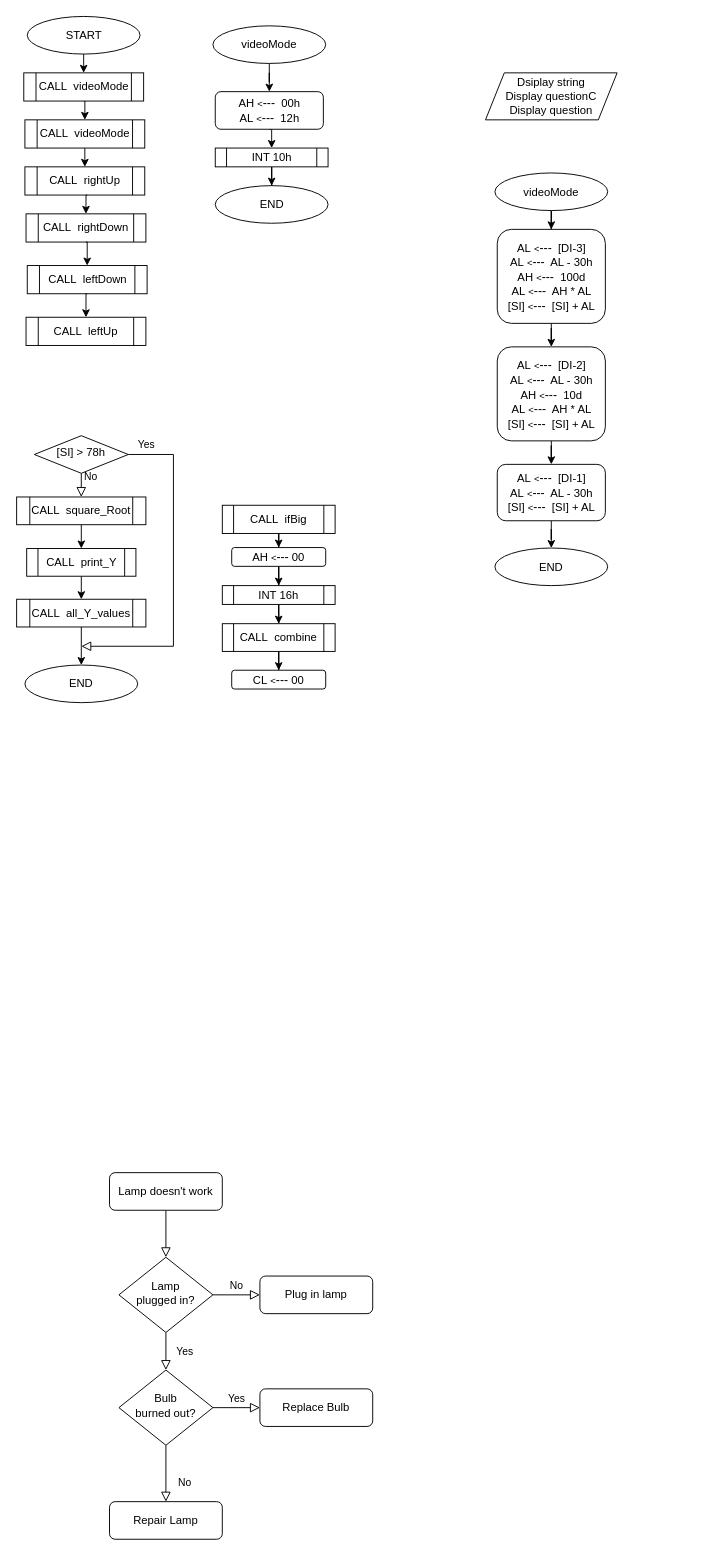
Earlier version of the draw.io diagram micro_mt2_2.drawio (mmuurraatt/My-Projects-On-Github). Source tidied: cells renumbered, new cells numbered last; positions are measured from the earlier drawing's top-left corner, leaving out a move shared by most shapes. Both pictures are drawn from the tidied source at 94%, with x=0, y=0 at pixel (16, 16).
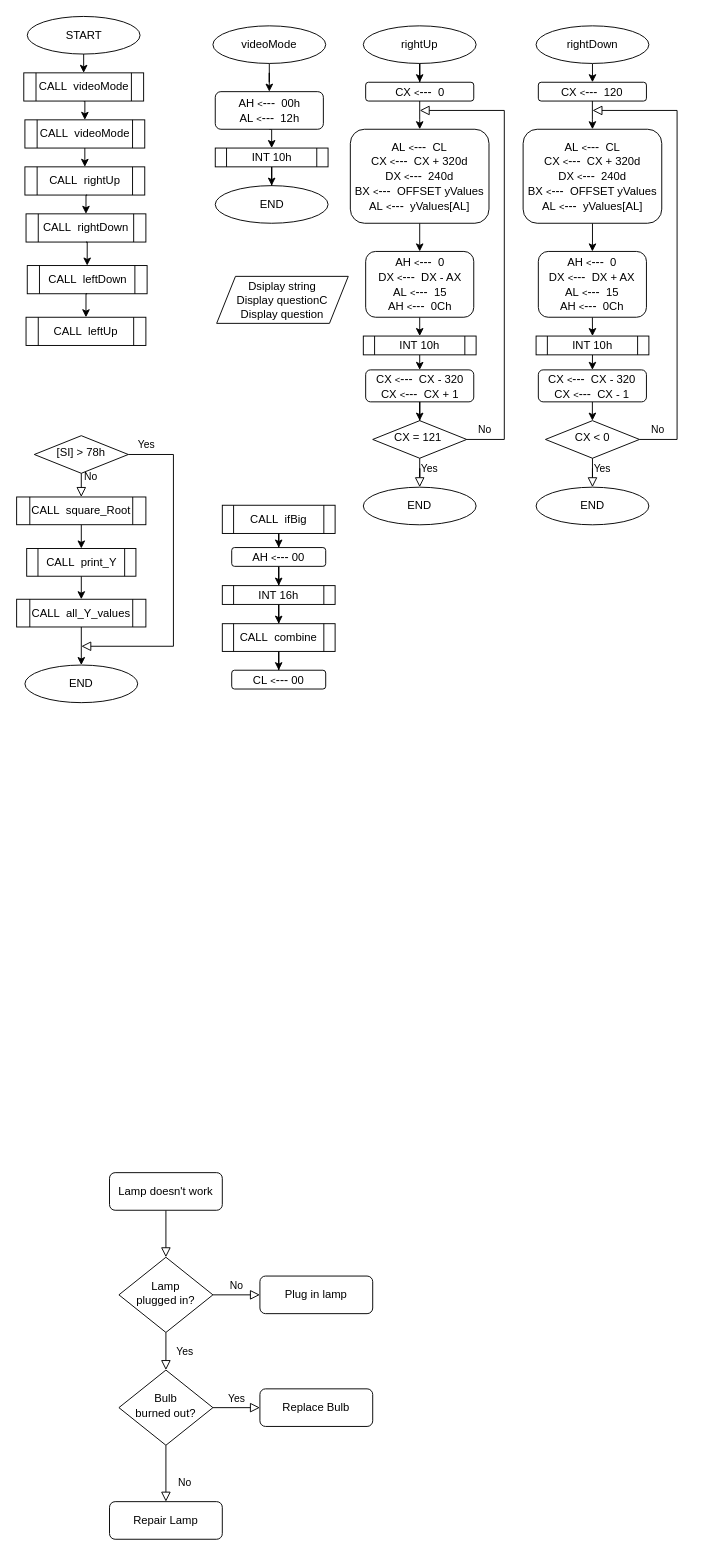
After the change.

Diff of the diagram source:
```diff
@@
     <mxCell id="15" value="Dsiplay string&lt;br&gt;Display questionC&lt;br&gt;Display question" style="shape=parallelogram;perimeter=parallelogramPerimeter;whiteSpace=wrap;html=1;fixedSize=1;" parent="1" vertex="1">
-      <mxGeometry x="499" y="60" width="140" height="50" as="geometry" />
+      <mxGeometry x="213" y="276.5" width="140" height="50" as="geometry" />
     </mxCell>
@@
-    <mxCell id="52" value="videoMode" style="ellipse;whiteSpace=wrap;html=1;" parent="1" vertex="1">
-      <mxGeometry x="509" y="166.5" width="120" height="40" as="geometry" />
+    <mxCell id="52" value="rightUp" style="ellipse;whiteSpace=wrap;html=1;" parent="1" vertex="1">
+      <mxGeometry x="369" y="10" width="120" height="40" as="geometry" />
     </mxCell>
@@
-    <mxCell id="54" value="AL&amp;nbsp;&lt;font style=&quot;font-size: 10px&quot;&gt;&amp;lt;&lt;/font&gt;&lt;font style=&quot;font-size: 13px&quot;&gt;---&lt;/font&gt;&amp;nbsp; [DI-3]&lt;br&gt;AL&amp;nbsp;&lt;font style=&quot;font-size: 10px&quot;&gt;&amp;lt;&lt;/font&gt;&lt;font style=&quot;font-size: 13px&quot;&gt;---&lt;/font&gt;&amp;nbsp; AL - 30h&lt;br&gt;AH&amp;nbsp;&lt;font style=&quot;font-size: 10px&quot;&gt;&amp;lt;&lt;/font&gt;&lt;font style=&quot;font-size: 13px&quot;&gt;---&lt;/font&gt;&amp;nbsp; 100d&lt;br&gt;AL&amp;nbsp;&lt;font style=&quot;font-size: 10px&quot;&gt;&amp;lt;&lt;/font&gt;&lt;font style=&quot;font-size: 13px&quot;&gt;---&lt;/font&gt;&amp;nbsp; AH * AL&lt;br&gt;[SI]&amp;nbsp;&lt;font style=&quot;font-size: 10px&quot;&gt;&amp;lt;&lt;/font&gt;&lt;font style=&quot;font-size: 13px&quot;&gt;---&lt;/font&gt;&amp;nbsp; [SI] + AL" style="rounded=1;whiteSpace=wrap;html=1;fontSize=12;glass=0;strokeWidth=1;shadow=0;" parent="1" vertex="1">
-      <mxGeometry x="511.5" y="226.5" width="115" height="100" as="geometry" />
+    <mxCell id="54" value="CX&amp;nbsp;&lt;font style=&quot;font-size: 10px&quot;&gt;&amp;lt;&lt;/font&gt;&lt;font style=&quot;font-size: 13px&quot;&gt;---&lt;/font&gt;&amp;nbsp; 0" style="rounded=1;whiteSpace=wrap;html=1;fontSize=12;glass=0;strokeWidth=1;shadow=0;" parent="1" vertex="1">
+      <mxGeometry x="371.5" y="70" width="115" height="20" as="geometry" />
     </mxCell>
@@
-    <mxCell id="56" value="AL&amp;nbsp;&lt;font style=&quot;font-size: 10px&quot;&gt;&amp;lt;&lt;/font&gt;&lt;font style=&quot;font-size: 13px&quot;&gt;---&lt;/font&gt;&amp;nbsp; [DI-2]&lt;br&gt;AL&amp;nbsp;&lt;font style=&quot;font-size: 10px&quot;&gt;&amp;lt;&lt;/font&gt;&lt;font style=&quot;font-size: 13px&quot;&gt;---&lt;/font&gt;&amp;nbsp; AL - 30h&lt;br&gt;AH&amp;nbsp;&lt;font style=&quot;font-size: 10px&quot;&gt;&amp;lt;&lt;/font&gt;&lt;font style=&quot;font-size: 13px&quot;&gt;---&lt;/font&gt;&amp;nbsp; 10d&lt;br&gt;AL&amp;nbsp;&lt;font style=&quot;font-size: 10px&quot;&gt;&amp;lt;&lt;/font&gt;&lt;font style=&quot;font-size: 13px&quot;&gt;---&lt;/font&gt;&amp;nbsp; AH * AL&lt;br&gt;[SI]&amp;nbsp;&lt;font style=&quot;font-size: 10px&quot;&gt;&amp;lt;&lt;/font&gt;&lt;font style=&quot;font-size: 13px&quot;&gt;---&lt;/font&gt;&amp;nbsp; [SI] + AL" style="rounded=1;whiteSpace=wrap;html=1;fontSize=12;glass=0;strokeWidth=1;shadow=0;" parent="1" vertex="1">
-      <mxGeometry x="511.5" y="351.5" width="115" height="100" as="geometry" />
+    <mxCell id="56" value="AL&amp;nbsp;&lt;font style=&quot;font-size: 10px&quot;&gt;&amp;lt;&lt;/font&gt;&lt;font style=&quot;font-size: 13px&quot;&gt;---&lt;/font&gt;&amp;nbsp; CL&lt;br&gt;CX&amp;nbsp;&lt;font style=&quot;font-size: 10px&quot;&gt;&amp;lt;&lt;/font&gt;&lt;font style=&quot;font-size: 13px&quot;&gt;---&lt;/font&gt;&amp;nbsp; CX + 320d&lt;br&gt;DX&amp;nbsp;&lt;font style=&quot;font-size: 10px&quot;&gt;&amp;lt;&lt;/font&gt;&lt;font style=&quot;font-size: 13px&quot;&gt;---&lt;/font&gt;&amp;nbsp; 240d&lt;br&gt;BX&amp;nbsp;&lt;font style=&quot;font-size: 10px&quot;&gt;&amp;lt;&lt;/font&gt;&lt;font style=&quot;font-size: 13px&quot;&gt;---&lt;/font&gt;&amp;nbsp; OFFSET yValues&lt;br&gt;AL&amp;nbsp;&lt;font style=&quot;font-size: 10px&quot;&gt;&amp;lt;&lt;/font&gt;&lt;font style=&quot;font-size: 13px&quot;&gt;---&lt;/font&gt;&amp;nbsp; yValues[AL]" style="rounded=1;whiteSpace=wrap;html=1;fontSize=12;glass=0;strokeWidth=1;shadow=0;" parent="1" vertex="1">
+      <mxGeometry x="355.2" y="120" width="147.5" height="100" as="geometry" />
     </mxCell>
-    <mxCell id="57" style="edgeStyle=orthogonalEdgeStyle;rounded=0;jettySize=auto;html=1;" parent="1" edge="1" source="58" target="59">
-      <mxGeometry relative="1" as="geometry" />
-    </mxCell>
+    <mxCell id="62" style="edgeStyle=orthogonalEdgeStyle;rounded=0;jettySize=auto;html=1;exitX=0.5;exitY=1;exitDx=0;exitDy=0;entryX=0.5;entryY=0;entryDx=0;entryDy=0;" parent="1" edge="1" source="58" target="64">
+      <mxGeometry relative="1" as="geometry" />
+    </mxCell>
-    <mxCell id="58" value="AL&amp;nbsp;&lt;font style=&quot;font-size: 10px&quot;&gt;&amp;lt;&lt;/font&gt;&lt;font style=&quot;font-size: 13px&quot;&gt;---&lt;/font&gt;&amp;nbsp; [DI-1]&lt;br&gt;AL&amp;nbsp;&lt;font style=&quot;font-size: 10px&quot;&gt;&amp;lt;&lt;/font&gt;&lt;font style=&quot;font-size: 13px&quot;&gt;---&lt;/font&gt;&amp;nbsp; AL - 30h&lt;br&gt;[SI]&amp;nbsp;&lt;font style=&quot;font-size: 10px&quot;&gt;&amp;lt;&lt;/font&gt;&lt;font style=&quot;font-size: 13px&quot;&gt;---&lt;/font&gt;&amp;nbsp; [SI] + AL" style="rounded=1;whiteSpace=wrap;html=1;fontSize=12;glass=0;strokeWidth=1;shadow=0;" parent="1" vertex="1">
-      <mxGeometry x="511.5" y="476.5" width="115" height="60" as="geometry" />
+    <mxCell id="58" value="AH&amp;nbsp;&lt;font style=&quot;font-size: 10px&quot;&gt;&amp;lt;&lt;/font&gt;&lt;font style=&quot;font-size: 13px&quot;&gt;---&lt;/font&gt;&amp;nbsp; 0&lt;br&gt;DX&amp;nbsp;&lt;font style=&quot;font-size: 10px&quot;&gt;&amp;lt;&lt;/font&gt;&lt;font style=&quot;font-size: 13px&quot;&gt;---&lt;/font&gt;&amp;nbsp; DX - AX&lt;br&gt;AL&amp;nbsp;&lt;font style=&quot;font-size: 10px&quot;&gt;&amp;lt;&lt;/font&gt;&lt;font style=&quot;font-size: 13px&quot;&gt;---&lt;/font&gt;&amp;nbsp; 15&lt;br&gt;AH&amp;nbsp;&lt;font style=&quot;font-size: 10px&quot;&gt;&amp;lt;&lt;/font&gt;&lt;font style=&quot;font-size: 13px&quot;&gt;---&lt;/font&gt;&amp;nbsp; 0Ch" style="rounded=1;whiteSpace=wrap;html=1;fontSize=12;glass=0;strokeWidth=1;shadow=0;" parent="1" vertex="1">
+      <mxGeometry x="371.5" y="250" width="115" height="70" as="geometry" />
     </mxCell>
     <mxCell id="59" value="END" style="ellipse;whiteSpace=wrap;html=1;" parent="1" vertex="1">
-      <mxGeometry x="509" y="565.5" width="120" height="40" as="geometry" />
+      <mxGeometry x="369" y="500.8" width="120" height="40" as="geometry" />
     </mxCell>
@@
+    <mxCell id="63" style="edgeStyle=orthogonalEdgeStyle;rounded=0;jettySize=auto;html=1;exitX=0.5;exitY=1;exitDx=0;exitDy=0;entryX=0.5;entryY=0;entryDx=0;entryDy=0;" parent="1" edge="1" source="64" target="66">
+      <mxGeometry relative="1" as="geometry" />
+    </mxCell>
+    <mxCell id="64" value="INT 10h" style="shape=process;whiteSpace=wrap;html=1;backgroundOutline=1;" parent="1" vertex="1">
+      <mxGeometry x="369" y="340" width="120" height="20" as="geometry" />
+    </mxCell>
+    <mxCell id="65" style="edgeStyle=orthogonalEdgeStyle;rounded=0;jettySize=auto;html=1;" parent="1" edge="1" source="66" target="67">
+      <mxGeometry relative="1" as="geometry" />
+    </mxCell>
+    <mxCell id="66" value="CX&amp;nbsp;&lt;font style=&quot;font-size: 10px&quot;&gt;&amp;lt;&lt;/font&gt;&lt;font style=&quot;font-size: 13px&quot;&gt;---&lt;/font&gt;&amp;nbsp; CX - 320&lt;br&gt;CX&amp;nbsp;&lt;font style=&quot;font-size: 10px&quot;&gt;&amp;lt;&lt;/font&gt;&lt;font style=&quot;font-size: 13px&quot;&gt;---&lt;/font&gt;&amp;nbsp; CX + 1" style="rounded=1;whiteSpace=wrap;html=1;fontSize=12;glass=0;strokeWidth=1;shadow=0;" parent="1" vertex="1">
+      <mxGeometry x="371.5" y="376" width="115" height="34" as="geometry" />
+    </mxCell>
+    <mxCell id="67" value="CX = 121&amp;nbsp;" style="rhombus;whiteSpace=wrap;html=1;shadow=0;fontFamily=Helvetica;fontSize=12;align=center;strokeWidth=1;spacing=6;spacingTop=-4;" parent="1" vertex="1">
+      <mxGeometry x="379" y="430" width="100" height="40" as="geometry" />
+    </mxCell>
+    <mxCell id="68" value="Yes" style="rounded=0;html=1;jettySize=auto;fontSize=11;endArrow=block;endFill=0;endSize=8;strokeWidth=1;shadow=0;labelBackgroundColor=none;edgeStyle=orthogonalEdgeStyle;exitX=0.5;exitY=1;exitDx=0;exitDy=0;" parent="1" edge="1" source="67" target="59">
+      <mxGeometry x="0.19" y="10" relative="1" as="geometry" />
+    </mxCell>
+    <mxCell id="69" value="No" style="edgeStyle=orthogonalEdgeStyle;rounded=0;html=1;jettySize=auto;fontSize=11;endArrow=block;endFill=0;endSize=8;strokeWidth=1;shadow=0;labelBackgroundColor=none;exitX=1;exitY=0.5;exitDx=0;exitDy=0;" parent="1" edge="1" source="67">
+      <mxGeometry x="-0.92" y="10" relative="1" as="geometry">
+        <mxPoint x="429" y="100" as="targetPoint" />
+        <Array as="points">
+          <mxPoint x="519" y="450" />
+          <mxPoint x="519" y="100" />
+        </Array>
+      </mxGeometry>
+    </mxCell>
+    <mxCell id="70" style="edgeStyle=orthogonalEdgeStyle;rounded=0;jettySize=auto;html=1;" parent="1" edge="1" source="71" target="73">
+      <mxGeometry relative="1" as="geometry" />
+    </mxCell>
+    <mxCell id="71" value="rightDown" style="ellipse;whiteSpace=wrap;html=1;" parent="1" vertex="1">
+      <mxGeometry x="552.8" y="10" width="120" height="40" as="geometry" />
+    </mxCell>
+    <mxCell id="72" style="edgeStyle=orthogonalEdgeStyle;rounded=0;jettySize=auto;html=1;" parent="1" edge="1" source="73" target="75">
+      <mxGeometry relative="1" as="geometry" />
+    </mxCell>
+    <mxCell id="73" value="CX&amp;nbsp;&lt;font style=&quot;font-size: 10px&quot;&gt;&amp;lt;&lt;/font&gt;&lt;font style=&quot;font-size: 13px&quot;&gt;---&lt;/font&gt;&amp;nbsp; 120" style="rounded=1;whiteSpace=wrap;html=1;fontSize=12;glass=0;strokeWidth=1;shadow=0;" parent="1" vertex="1">
+      <mxGeometry x="555.2" y="70" width="115" height="20" as="geometry" />
+    </mxCell>
+    <mxCell id="74" style="edgeStyle=orthogonalEdgeStyle;rounded=0;jettySize=auto;html=1;" parent="1" edge="1" source="75" target="77">
+      <mxGeometry relative="1" as="geometry" />
+    </mxCell>
+    <mxCell id="75" value="AL&amp;nbsp;&lt;font style=&quot;font-size: 10px&quot;&gt;&amp;lt;&lt;/font&gt;&lt;font style=&quot;font-size: 13px&quot;&gt;---&lt;/font&gt;&amp;nbsp; CL&lt;br&gt;CX&amp;nbsp;&lt;font style=&quot;font-size: 10px&quot;&gt;&amp;lt;&lt;/font&gt;&lt;font style=&quot;font-size: 13px&quot;&gt;---&lt;/font&gt;&amp;nbsp; CX + 320d&lt;br&gt;DX&amp;nbsp;&lt;font style=&quot;font-size: 10px&quot;&gt;&amp;lt;&lt;/font&gt;&lt;font style=&quot;font-size: 13px&quot;&gt;---&lt;/font&gt;&amp;nbsp; 240d&lt;br&gt;BX&amp;nbsp;&lt;font style=&quot;font-size: 10px&quot;&gt;&amp;lt;&lt;/font&gt;&lt;font style=&quot;font-size: 13px&quot;&gt;---&lt;/font&gt;&amp;nbsp; OFFSET yValues&lt;br&gt;AL&amp;nbsp;&lt;font style=&quot;font-size: 10px&quot;&gt;&amp;lt;&lt;/font&gt;&lt;font style=&quot;font-size: 13px&quot;&gt;---&lt;/font&gt;&amp;nbsp; yValues[AL]" style="rounded=1;whiteSpace=wrap;html=1;fontSize=12;glass=0;strokeWidth=1;shadow=0;" parent="1" vertex="1">
+      <mxGeometry x="539" y="120" width="147.5" height="100" as="geometry" />
+    </mxCell>
+    <mxCell id="76" style="edgeStyle=orthogonalEdgeStyle;rounded=0;jettySize=auto;html=1;exitX=0.5;exitY=1;exitDx=0;exitDy=0;entryX=0.5;entryY=0;entryDx=0;entryDy=0;" parent="1" edge="1" source="77" target="80">
+      <mxGeometry relative="1" as="geometry" />
+    </mxCell>
+    <mxCell id="77" value="AH&amp;nbsp;&lt;font style=&quot;font-size: 10px&quot;&gt;&amp;lt;&lt;/font&gt;&lt;font style=&quot;font-size: 13px&quot;&gt;---&lt;/font&gt;&amp;nbsp; 0&lt;br&gt;DX&amp;nbsp;&lt;font style=&quot;font-size: 10px&quot;&gt;&amp;lt;&lt;/font&gt;&lt;font style=&quot;font-size: 13px&quot;&gt;---&lt;/font&gt;&amp;nbsp; DX + AX&lt;br&gt;AL&amp;nbsp;&lt;font style=&quot;font-size: 10px&quot;&gt;&amp;lt;&lt;/font&gt;&lt;font style=&quot;font-size: 13px&quot;&gt;---&lt;/font&gt;&amp;nbsp; 15&lt;br&gt;AH&amp;nbsp;&lt;font style=&quot;font-size: 10px&quot;&gt;&amp;lt;&lt;/font&gt;&lt;font style=&quot;font-size: 13px&quot;&gt;---&lt;/font&gt;&amp;nbsp; 0Ch" style="rounded=1;whiteSpace=wrap;html=1;fontSize=12;glass=0;strokeWidth=1;shadow=0;" parent="1" vertex="1">
+      <mxGeometry x="555.2" y="250" width="115" height="70" as="geometry" />
+    </mxCell>
+    <mxCell id="78" value="END" style="ellipse;whiteSpace=wrap;html=1;" parent="1" vertex="1">
+      <mxGeometry x="552.8" y="500.8" width="120" height="40" as="geometry" />
+    </mxCell>
+    <mxCell id="79" style="edgeStyle=orthogonalEdgeStyle;rounded=0;jettySize=auto;html=1;exitX=0.5;exitY=1;exitDx=0;exitDy=0;entryX=0.5;entryY=0;entryDx=0;entryDy=0;" parent="1" edge="1" source="80" target="82">
+      <mxGeometry relative="1" as="geometry" />
+    </mxCell>
+    <mxCell id="80" value="INT 10h" style="shape=process;whiteSpace=wrap;html=1;backgroundOutline=1;" parent="1" vertex="1">
+      <mxGeometry x="552.8" y="340" width="120" height="20" as="geometry" />
+    </mxCell>
+    <mxCell id="81" style="edgeStyle=orthogonalEdgeStyle;rounded=0;jettySize=auto;html=1;" parent="1" edge="1" source="82" target="83">
+      <mxGeometry relative="1" as="geometry" />
+    </mxCell>
+    <mxCell id="82" value="CX&amp;nbsp;&lt;font style=&quot;font-size: 10px&quot;&gt;&amp;lt;&lt;/font&gt;&lt;font style=&quot;font-size: 13px&quot;&gt;---&lt;/font&gt;&amp;nbsp; CX - 320&lt;br&gt;CX&amp;nbsp;&lt;font style=&quot;font-size: 10px&quot;&gt;&amp;lt;&lt;/font&gt;&lt;font style=&quot;font-size: 13px&quot;&gt;---&lt;/font&gt;&amp;nbsp; CX - 1" style="rounded=1;whiteSpace=wrap;html=1;fontSize=12;glass=0;strokeWidth=1;shadow=0;" parent="1" vertex="1">
+      <mxGeometry x="555.2" y="376" width="115" height="34" as="geometry" />
+    </mxCell>
+    <mxCell id="83" value="CX &amp;lt; 0" style="rhombus;whiteSpace=wrap;html=1;shadow=0;fontFamily=Helvetica;fontSize=12;align=center;strokeWidth=1;spacing=6;spacingTop=-4;" parent="1" vertex="1">
+      <mxGeometry x="562.8" y="430" width="100" height="40" as="geometry" />
+    </mxCell>
+    <mxCell id="84" value="Yes" style="rounded=0;html=1;jettySize=auto;fontSize=11;endArrow=block;endFill=0;endSize=8;strokeWidth=1;shadow=0;labelBackgroundColor=none;edgeStyle=orthogonalEdgeStyle;exitX=0.5;exitY=1;exitDx=0;exitDy=0;" parent="1" edge="1" source="83" target="78">
+      <mxGeometry x="0.19" y="10" relative="1" as="geometry" />
+    </mxCell>
+    <mxCell id="85" value="No" style="edgeStyle=orthogonalEdgeStyle;rounded=0;html=1;jettySize=auto;fontSize=11;endArrow=block;endFill=0;endSize=8;strokeWidth=1;shadow=0;labelBackgroundColor=none;exitX=1;exitY=0.5;exitDx=0;exitDy=0;" parent="1" edge="1" source="83">
+      <mxGeometry x="-0.92" y="10" relative="1" as="geometry">
+        <mxPoint x="612.8" y="100" as="targetPoint" />
+        <Array as="points">
+          <mxPoint x="702.8" y="450" />
+          <mxPoint x="702.8" y="100" />
+        </Array>
+      </mxGeometry>
+    </mxCell>
```
